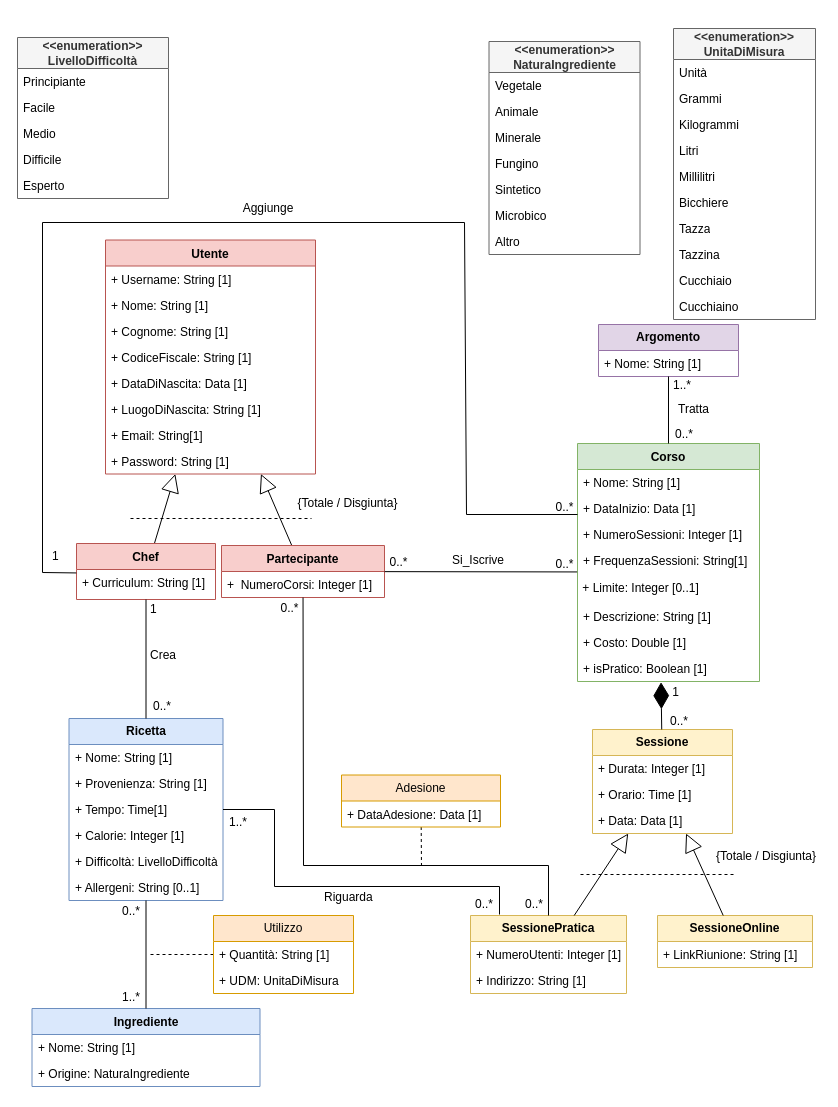
This is page "Pagina-1" (1 of 2) of Database/Modello_Concettuale/src/UninaFoodLab_UML.drawio from KiyoWasTakenn/UninaFoodLab, a draw.io file, before an edit. Source tidied: cells renumbered, new cells numbered last; positions are measured from the earlier drawing's top-left corner, leaving out a move shared by most shapes. Both pictures are drawn from the tidied source at 100%, with x=0, y=0 at pixel (17, 28).
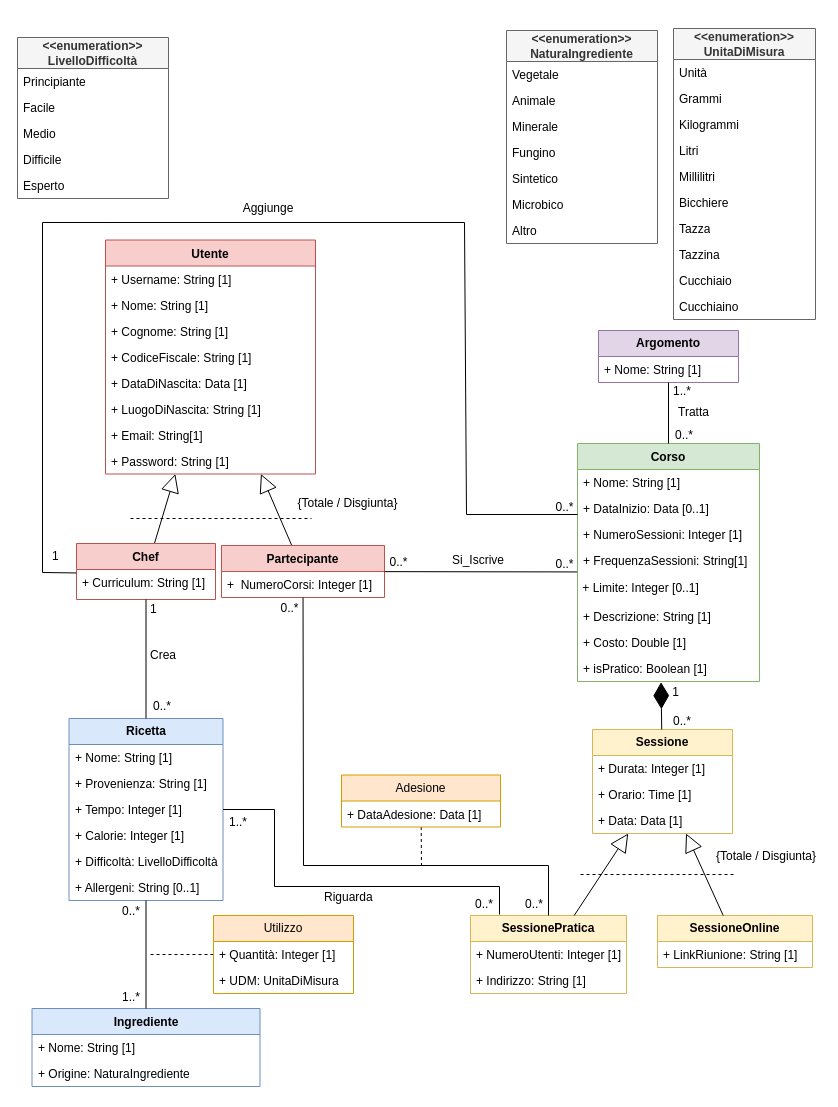
After the change.

The change refers to these unchanged cells:
```xml
<mxCell id="11" value="Corso" style="swimlane;fontStyle=1;align=center;verticalAlign=top;horizontal=1;startSize=26;whiteSpace=wrap;html=1;fillColor=#d5e8d4;strokeColor=#82b366;" parent="1" vertex="1">
  <mxGeometry x="560" y="415" width="182" height="238" as="geometry" />
</mxCell>
<mxCell id="33" value="&lt;b&gt;Ricetta&lt;/b&gt;" style="swimlane;fontStyle=0;horizontal=1;startSize=26;whiteSpace=wrap;html=1;fillColor=#dae8fc;strokeColor=#6c8ebf;" parent="1" vertex="1">
  <mxGeometry x="51.5" y="690" width="154" height="182" as="geometry" />
</mxCell>
<mxCell id="41" value="Utilizzo" style="swimlane;fontStyle=0;horizontal=1;startSize=26;fillColor=#ffe6cc;whiteSpace=wrap;html=1;strokeColor=#d79b00;" parent="1" vertex="1">
  <mxGeometry x="196" y="887" width="140" height="78" as="geometry" />
</mxCell>
```

Change to the diagram source:
```diff
@@
-    <mxCell id="13" value="+ DataInizio: Data [1]" style="text;strokeColor=none;fillColor=none;align=left;verticalAlign=top;spacingLeft=4;spacingRight=4;overflow=hidden;whiteSpace=wrap;html=1;" parent="11" vertex="1">
+    <mxCell id="13" value="+ DataInizio: Data [0..1]" style="text;strokeColor=none;fillColor=none;align=left;verticalAlign=top;spacingLeft=4;spacingRight=4;overflow=hidden;whiteSpace=wrap;html=1;" parent="11" vertex="1">
       <mxGeometry y="52" width="182" height="26" as="geometry" />
     </mxCell>
@@
     <mxCell id="20" value="&lt;div style=&quot;text-align: left;&quot;&gt;&lt;b&gt;Argomento&lt;/b&gt;&lt;/div&gt;" style="swimlane;fontStyle=0;horizontal=1;startSize=26;whiteSpace=wrap;html=1;fillColor=#e1d5e7;strokeColor=#9673a6;" parent="1" vertex="1">
-      <mxGeometry x="581" y="296" width="140" height="52" as="geometry" />
+      <mxGeometry x="581" y="302" width="140" height="52" as="geometry" />
     </mxCell>
@@
-    <mxCell id="36" value="+ Tempo: Time[1]" style="text;strokeColor=none;fillColor=none;align=left;verticalAlign=top;spacingLeft=4;spacingRight=4;overflow=hidden;whiteSpace=wrap;html=1;" parent="33" vertex="1">
+    <mxCell id="36" value="+ Tempo: Integer [1]" style="text;strokeColor=none;fillColor=none;align=left;verticalAlign=top;spacingLeft=4;spacingRight=4;overflow=hidden;whiteSpace=wrap;html=1;" parent="33" vertex="1">
       <mxGeometry y="78" width="154" height="26" as="geometry" />
     </mxCell>
@@
-    <mxCell id="42" value="+ Quantità: String [1]" style="text;strokeColor=none;fillColor=none;align=left;verticalAlign=top;spacingLeft=4;spacingRight=4;overflow=hidden;whiteSpace=wrap;html=1;" parent="41" vertex="1">
+    <mxCell id="42" value="+ Quantità: Integer [1]" style="text;strokeColor=none;fillColor=none;align=left;verticalAlign=top;spacingLeft=4;spacingRight=4;overflow=hidden;whiteSpace=wrap;html=1;" parent="41" vertex="1">
       <mxGeometry y="26" width="140" height="26" as="geometry" />
     </mxCell>
@@
     <mxCell id="59" value="0..*" style="edgeLabel;html=1;align=left;verticalAlign=bottom;fontSize=12;" parent="1" vertex="1">
-      <mxGeometry x="651" y="701" as="geometry" />
+      <mxGeometry x="654" y="701" as="geometry" />
     </mxCell>
@@
     <mxCell id="72" value="Tratta" style="text;html=1;align=center;verticalAlign=middle;strokeColor=none;fillColor=none;" parent="1" vertex="1">
-      <mxGeometry x="651" y="368" width="49" height="26" as="geometry" />
+      <mxGeometry x="651" y="371" width="49" height="26" as="geometry" />
     </mxCell>
@@
     <mxCell id="82" value="0..*" style="text;html=1;align=center;verticalAlign=middle;whiteSpace=wrap;rounded=0;" parent="1" vertex="1">
-      <mxGeometry x="637" y="391" width="60" height="30" as="geometry" />
+      <mxGeometry x="637" y="392" width="60" height="30" as="geometry" />
     </mxCell>
     <mxCell id="83" value="1..*" style="text;html=1;align=center;verticalAlign=middle;whiteSpace=wrap;rounded=0;" parent="1" vertex="1">
-      <mxGeometry x="635" y="342" width="60" height="30" as="geometry" />
+      <mxGeometry x="635" y="348" width="60" height="30" as="geometry" />
     </mxCell>
@@
     <mxCell id="89" value="&lt;div&gt;&lt;span style=&quot;background-color: transparent; color: light-dark(rgb(51, 51, 51), rgb(193, 193, 193)); font-weight: 700;&quot;&gt;&lt;br&gt;&lt;/span&gt;&lt;/div&gt;&lt;div&gt;&lt;span style=&quot;background-color: transparent; color: light-dark(rgb(51, 51, 51), rgb(193, 193, 193)); font-weight: 700;&quot;&gt;&amp;lt;&amp;lt;enumeration&amp;gt;&amp;gt;&lt;/span&gt;&lt;/div&gt;&lt;div&gt;&lt;span style=&quot;font-weight: 700;&quot;&gt;NaturaIngrediente&lt;/span&gt;&lt;/div&gt;&lt;div&gt;&lt;br&gt;&lt;/div&gt;" style="swimlane;fontStyle=0;horizontal=1;startSize=31;fillColor=#f5f5f5;whiteSpace=wrap;html=1;strokeColor=#666666;fontColor=#333333;" parent="1" vertex="1">
-      <mxGeometry x="471.5" y="13" width="151" height="213" as="geometry" />
+      <mxGeometry x="489" y="2" width="151" height="213" as="geometry" />
     </mxCell>
```
